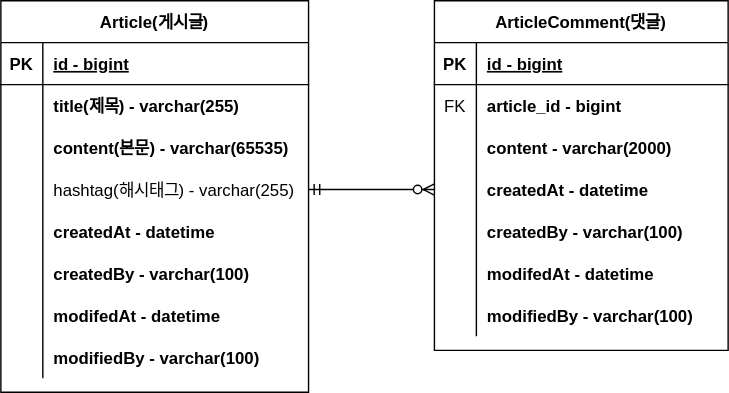
This is document/project-board-erd.svg from literate-t/board-project, a draw.io export, as it was before one commit. Source tidied: cells renumbered, new cells last; positions are measured from the earlier drawing's top-left corner, leaving out a move shared by most shapes.
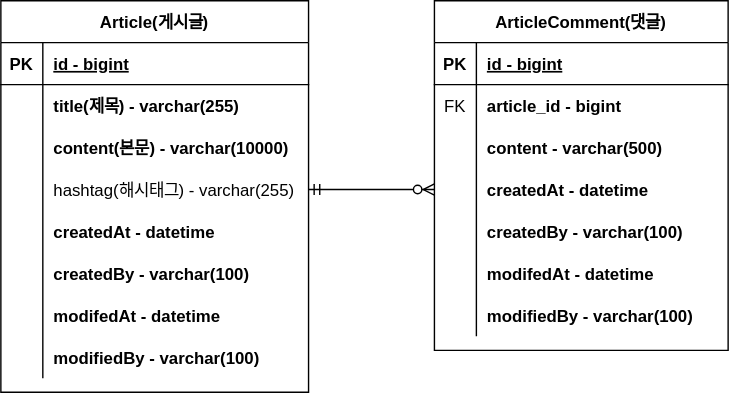
Above is the later version.

Commit message:
#9 - erd 업데이트: content 사이즈 변경

Change to the diagram source:
```diff
@@ -29,7 +29,7 @@
     <mxCell id="10" style="shape=partialRectangle;overflow=hidden;fillColor=none;top=0;left=0;bottom=0;right=0;" parent="9" vertex="1">
       <mxGeometry width="30" height="30" as="geometry" />
     </mxCell>
-    <mxCell id="11" value="content(본문) - varchar(65535)" style="shape=partialRectangle;overflow=hidden;fillColor=none;top=0;left=0;bottom=0;right=0;align=left;spacingLeft=6;fontStyle=1;" parent="9" vertex="1">
+    <mxCell id="11" value="content(본문) - varchar(10000)" style="shape=partialRectangle;overflow=hidden;fillColor=none;top=0;left=0;bottom=0;right=0;align=left;spacingLeft=6;fontStyle=1;" parent="9" vertex="1">
       <mxGeometry x="30" width="190" height="30" as="geometry" />
     </mxCell>
     <mxCell id="12" style="shape=partialRectangle;fillColor=none;points=[[0,0.5],[1,0.5]];portConstraint=eastwest;top=0;left=0;right=0;bottom=0;" parent="2" vertex="1">
@@ -104,7 +104,7 @@
     <mxCell id="35" style="shape=partialRectangle;overflow=hidden;fillColor=none;top=0;left=0;bottom=0;right=0;" parent="34" vertex="1">
       <mxGeometry width="30" height="30" as="geometry" />
     </mxCell>
-    <mxCell id="36" value="content - varchar(2000)" style="shape=partialRectangle;overflow=hidden;fillColor=none;top=0;left=0;bottom=0;right=0;align=left;spacingLeft=6;fontStyle=1;" parent="34" vertex="1">
+    <mxCell id="36" value="content - varchar(500)" style="shape=partialRectangle;overflow=hidden;fillColor=none;top=0;left=0;bottom=0;right=0;align=left;spacingLeft=6;fontStyle=1;" parent="34" vertex="1">
       <mxGeometry x="30" width="180" height="30" as="geometry" />
     </mxCell>
     <mxCell id="37" style="shape=partialRectangle;fillColor=none;points=[[0,0.5],[1,0.5]];portConstraint=eastwest;top=0;left=0;right=0;bottom=0;" parent="27" vertex="1">
```
